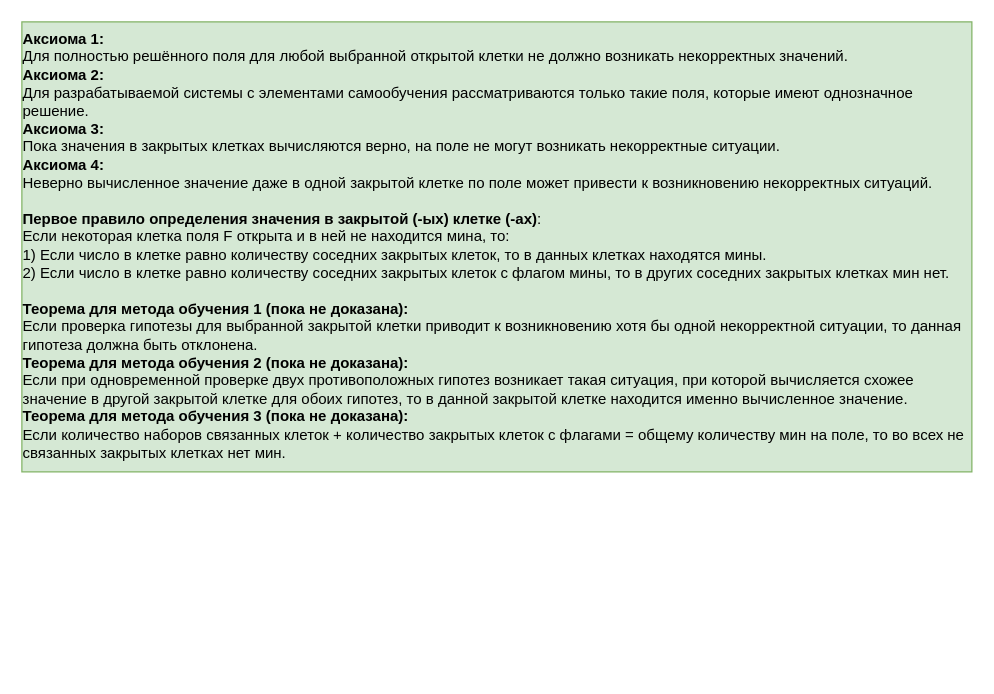
Before: page "Теория" (3 of 19) of docs/Описание работы.drawio in xex238/Diploma_2022, a draw.io diagram. Source tidied: cells renumbered, new cells numbered last; positions are measured from the earlier drawing's top-left corner, leaving out a move shared by most shapes. Both pictures are drawn from the tidied source at 125%, with x=0, y=0 at pixel (21, 21).
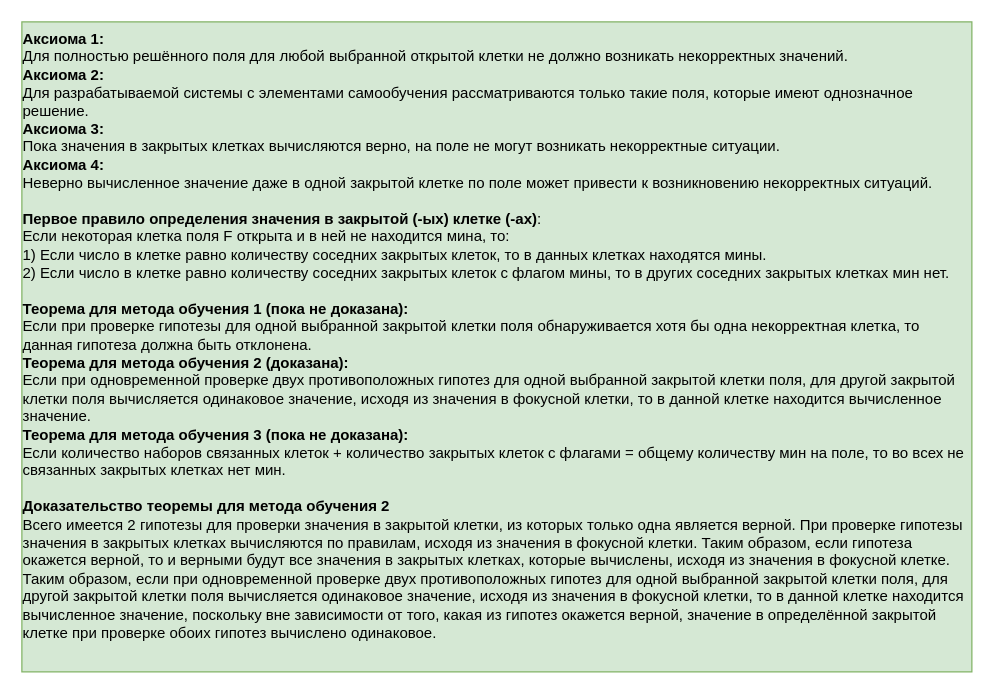
The same page after the edit.

The edit, as a diff of the source:
```diff
@@
 <mxGraphModel>
   <root>
     <mxCell id="0" />
     <mxCell id="1" parent="0" />
-    <mxCell id="2" value="&lt;div style=&quot;text-align: left&quot;&gt;&lt;span&gt;&lt;b&gt;Аксиома 1:&lt;/b&gt;&lt;/span&gt;&lt;/div&gt;&lt;div style=&quot;text-align: left&quot;&gt;&lt;span&gt;Для полностью решённого поля для любой выбранной открытой клетки не должно возникать некорректных значений.&lt;/span&gt;&lt;/div&gt;&lt;div style=&quot;text-align: left&quot;&gt;&lt;b&gt;Аксиома 2:&lt;/b&gt;&lt;/div&gt;&lt;div style=&quot;text-align: left&quot;&gt;Для разрабатываемой системы с элементами самообучения рассматриваются только такие поля, которые имеют однозначное решение.&lt;/div&gt;&lt;div style=&quot;text-align: left&quot;&gt;&lt;b&gt;Аксиома 3:&lt;/b&gt;&lt;/div&gt;&lt;div style=&quot;text-align: left&quot;&gt;Пока значения в закрытых клетках вычисляются верно, на поле не могут возникать некорректные ситуации.&lt;/div&gt;&lt;div style=&quot;text-align: left&quot;&gt;&lt;b&gt;Аксиома 4:&lt;/b&gt;&lt;/div&gt;&lt;div style=&quot;text-align: left&quot;&gt;Неверно вычисленное значение даже в одной закрытой клетке по поле может привести к возникновению некорректных ситуаций.&lt;/div&gt;&lt;div style=&quot;text-align: left&quot;&gt;&lt;span&gt;&lt;br&gt;&lt;/span&gt;&lt;/div&gt;&lt;div style=&quot;text-align: left&quot;&gt;&lt;b&gt;Первое правило определения значения в закрытой (-ых) клетке (-ах)&lt;/b&gt;:&lt;/div&gt;&lt;div style=&quot;text-align: left&quot;&gt;&lt;span&gt;Если некоторая клетка поля F открыта и в ней не находится мина, то:&lt;/span&gt;&lt;/div&gt;&lt;div style=&quot;text-align: left&quot;&gt;&lt;span&gt;1) Если число в клетке равно количеству соседних закрытых клеток, то в данных клетках находятся мины.&lt;/span&gt;&lt;/div&gt;&lt;div style=&quot;text-align: left&quot;&gt;&lt;span&gt;2) Если число в клетке равно количеству соседних закрытых клеток с флагом мины, то в других соседних закрытых клетках мин нет.&lt;/span&gt;&lt;/div&gt;&lt;div style=&quot;text-align: left&quot;&gt;&lt;span&gt;&lt;br&gt;&lt;/span&gt;&lt;/div&gt;&lt;div style=&quot;text-align: left&quot;&gt;&lt;span&gt;&lt;b&gt;Теорема для метода обучения 1 (пока не доказана):&lt;/b&gt;&lt;/span&gt;&lt;/div&gt;&lt;div style=&quot;text-align: left&quot;&gt;&lt;span&gt;Если проверка гипотезы для выбранной закрытой клетки приводит к возникновению хотя бы одной некорректной ситуации, то данная гипотеза должна быть отклонена.&lt;/span&gt;&lt;/div&gt;&lt;div style=&quot;text-align: left&quot;&gt;&lt;span&gt;&lt;b&gt;Теорема для метода обучения 2 (пока не доказана):&lt;/b&gt;&lt;/span&gt;&lt;/div&gt;&lt;div style=&quot;text-align: left&quot;&gt;&lt;span&gt;Если при одновременной проверке двух противоположных гипотез возникает такая ситуация, при которой вычисляется схожее значение в другой закрытой клетке для обоих гипотез, то в данной закрытой клетке находится именно вычисленное значение.&lt;/span&gt;&lt;/div&gt;&lt;div style=&quot;text-align: left&quot;&gt;&lt;span&gt;&lt;b&gt;Теорема для метода обучения 3 (пока не доказана):&lt;/b&gt;&lt;/span&gt;&lt;/div&gt;&lt;div style=&quot;text-align: left&quot;&gt;&lt;span&gt;Если количество наборов связанных клеток + количество закрытых клеток с флагами = общему количеству мин на поле, то во всех не связанных закрытых клетках нет мин.&lt;/span&gt;&lt;/div&gt;" style="text;html=1;strokeColor=#82b366;fillColor=#d5e8d4;align=center;verticalAlign=top;whiteSpace=wrap;rounded=0;" parent="1" vertex="1">
-      <mxGeometry width="760" height="360" as="geometry" />
+    <mxCell id="2" value="&lt;div style=&quot;text-align: left&quot;&gt;&lt;span&gt;&lt;b&gt;Аксиома 1:&lt;/b&gt;&lt;/span&gt;&lt;/div&gt;&lt;div style=&quot;text-align: left&quot;&gt;&lt;span&gt;Для полностью решённого поля для любой выбранной открытой клетки не должно возникать некорректных значений.&lt;/span&gt;&lt;/div&gt;&lt;div style=&quot;text-align: left&quot;&gt;&lt;b&gt;Аксиома 2:&lt;/b&gt;&lt;/div&gt;&lt;div style=&quot;text-align: left&quot;&gt;Для разрабатываемой системы с элементами самообучения рассматриваются только такие поля, которые имеют однозначное решение.&lt;/div&gt;&lt;div style=&quot;text-align: left&quot;&gt;&lt;b&gt;Аксиома 3:&lt;/b&gt;&lt;/div&gt;&lt;div style=&quot;text-align: left&quot;&gt;Пока значения в закрытых клетках вычисляются верно, на поле не могут возникать некорректные ситуации.&lt;/div&gt;&lt;div style=&quot;text-align: left&quot;&gt;&lt;b&gt;Аксиома 4:&lt;/b&gt;&lt;/div&gt;&lt;div style=&quot;text-align: left&quot;&gt;Неверно вычисленное значение даже в одной закрытой клетке по поле может привести к возникновению некорректных ситуаций.&lt;/div&gt;&lt;div style=&quot;text-align: left&quot;&gt;&lt;span&gt;&lt;br&gt;&lt;/span&gt;&lt;/div&gt;&lt;div style=&quot;text-align: left&quot;&gt;&lt;b&gt;Первое правило определения значения в закрытой (-ых) клетке (-ах)&lt;/b&gt;:&lt;/div&gt;&lt;div style=&quot;text-align: left&quot;&gt;&lt;span&gt;Если некоторая клетка поля F открыта и в ней не находится мина, то:&lt;/span&gt;&lt;/div&gt;&lt;div style=&quot;text-align: left&quot;&gt;&lt;span&gt;1) Если число в клетке равно количеству соседних закрытых клеток, то в данных клетках находятся мины.&lt;/span&gt;&lt;/div&gt;&lt;div style=&quot;text-align: left&quot;&gt;&lt;span&gt;2) Если число в клетке равно количеству соседних закрытых клеток с флагом мины, то в других соседних закрытых клетках мин нет.&lt;/span&gt;&lt;/div&gt;&lt;div style=&quot;text-align: left&quot;&gt;&lt;span&gt;&lt;br&gt;&lt;/span&gt;&lt;/div&gt;&lt;div style=&quot;text-align: left&quot;&gt;&lt;span&gt;&lt;b&gt;Теорема для метода обучения 1 (пока не доказана):&lt;/b&gt;&lt;/span&gt;&lt;/div&gt;&lt;div style=&quot;text-align: left&quot;&gt;&lt;span&gt;Если при проверке гипотезы для одной выбранной закрытой клетки поля обнаруживается хотя бы одна некорректная клетка, то данная гипотеза должна быть отклонена.&lt;/span&gt;&lt;/div&gt;&lt;div style=&quot;text-align: left&quot;&gt;&lt;span&gt;&lt;b&gt;Теорема для метода обучения 2 (доказана):&lt;/b&gt;&lt;/span&gt;&lt;/div&gt;&lt;div style=&quot;text-align: left&quot;&gt;&lt;span&gt;Если при одновременной проверке двух противоположных гипотез для одной выбранной закрытой клетки поля, для другой закрытой клетки поля вычисляется одинаковое значение, исходя из значения в фокусной клетки, то в данной клетке находится вычисленное значение.&lt;/span&gt;&lt;br&gt;&lt;/div&gt;&lt;div style=&quot;text-align: left&quot;&gt;&lt;span&gt;&lt;b&gt;Теорема для метода обучения 3 (пока не доказана):&lt;/b&gt;&lt;/span&gt;&lt;/div&gt;&lt;div style=&quot;text-align: left&quot;&gt;&lt;span&gt;Если количество наборов связанных клеток + количество закрытых клеток с флагами = общему количеству мин на поле, то во всех не связанных закрытых клетках нет мин.&lt;/span&gt;&lt;/div&gt;&lt;div style=&quot;text-align: left&quot;&gt;&lt;span&gt;&lt;br&gt;&lt;/span&gt;&lt;/div&gt;&lt;div style=&quot;text-align: left&quot;&gt;&lt;b&gt;Доказательство теоремы для метода обучения 2&lt;/b&gt;&lt;br&gt;&lt;/div&gt;&lt;div style=&quot;text-align: left&quot;&gt;&lt;span&gt;Всего имеется 2 гипотезы для проверки значения в закрытой клетки, из которых только одна является верной. При проверке гипотезы значения в закрытых клетках вычисляются по правилам, исходя из значения в фокусной клетки. Таким образом, если гипотеза окажется верной, то и верными будут все значения в закрытых клетках, которые вычислены, исходя из значения в фокусной клетке. Таким образом, если при одновременной проверке двух противоположных гипотез для одной выбранной закрытой клетки поля, для другой закрытой клетки поля вычисляется одинаковое значение, исходя из значения в фокусной клетки, то в данной клетке находится вычисленное значение, поскольку вне зависимости от того, какая из гипотез окажется верной, значение в определённой закрытой клетке при проверке обоих гипотез вычислено одинаковое.&lt;br&gt;&lt;/span&gt;&lt;/div&gt;" style="text;html=1;strokeColor=#82b366;fillColor=#d5e8d4;align=center;verticalAlign=top;whiteSpace=wrap;rounded=0;" parent="1" vertex="1">
+      <mxGeometry width="760" height="520" as="geometry" />
     </mxCell>
   </root>
 </mxGraphModel>
```
